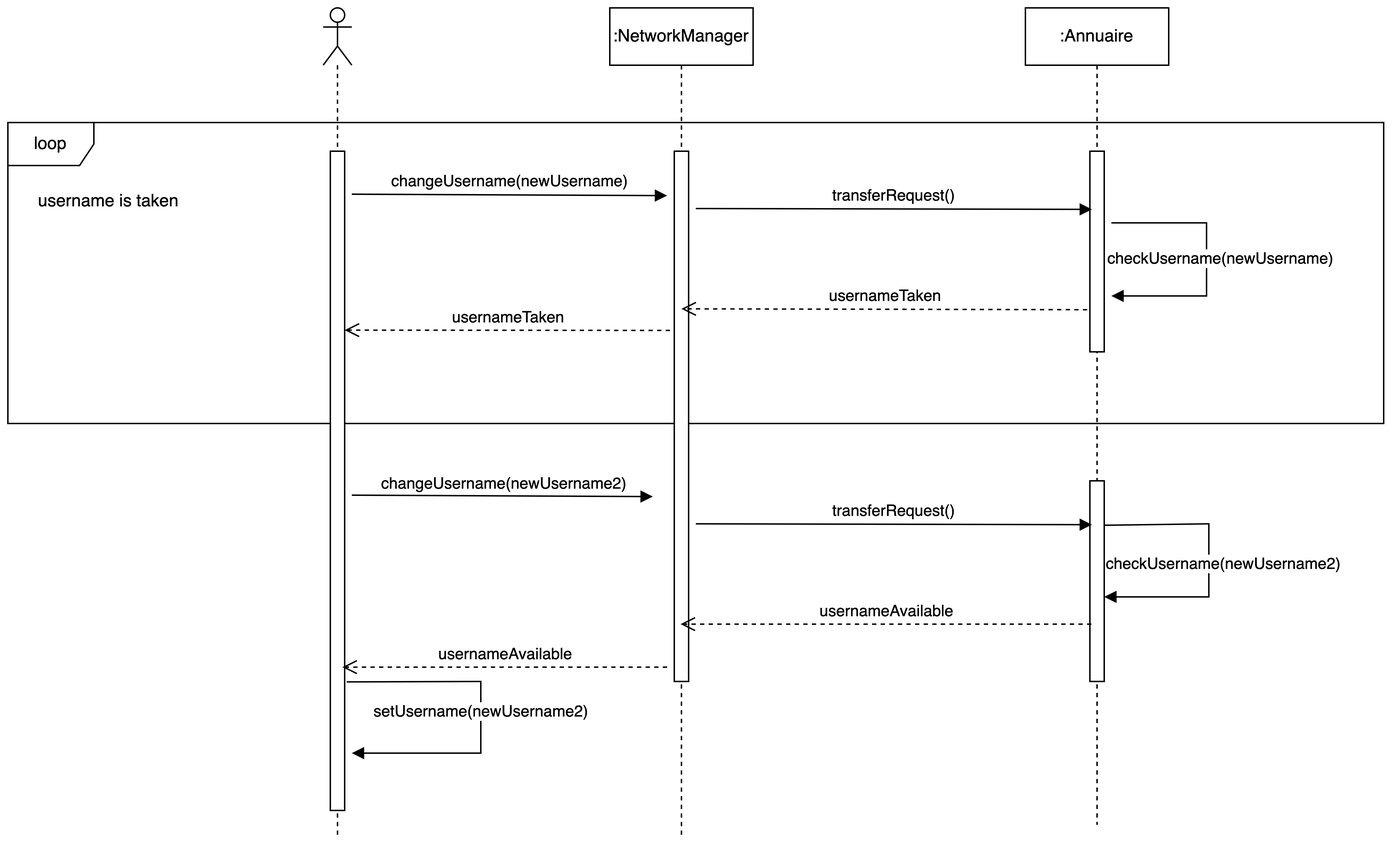
mousssse/ChatApp keeps this draw.io diagram as Conception/Sequence Diagrams/Username modification.drawio.png. Above is the earlier version. Source tidied: cells renumbered, new cells last; positions are measured from the earlier drawing's top-left corner, leaving out a move shared by most shapes. Its diagram source:
```xml
<mxGraphModel>
  <root>
    <mxCell id="0" />
    <mxCell id="1" parent="0" />
    <mxCell id="2" value="loop" style="shape=umlFrame;whiteSpace=wrap;html=1;" parent="1" vertex="1">
      <mxGeometry y="80" width="960" height="210" as="geometry" />
    </mxCell>
    <mxCell id="3" style="shape=umlLifeline;participant=umlActor;perimeter=lifelinePerimeter;whiteSpace=wrap;html=1;verticalAlign=top;spacingTop=36;" parent="1" vertex="1">
      <mxGeometry x="220" width="20" height="580" as="geometry" />
    </mxCell>
    <mxCell id="4" style="html=1;points=[];perimeter=orthogonalPerimeter;" parent="3" vertex="1">
      <mxGeometry x="5" y="100" width="10" height="460" as="geometry" />
    </mxCell>
    <mxCell id="5" value="setUsername(newUsername2)" style="html=1;verticalAlign=bottom;endArrow=block;rounded=0;exitX=1.144;exitY=0.805;exitDx=0;exitDy=0;exitPerimeter=0;" parent="3" edge="1" source="4">
      <mxGeometry x="0.06" relative="1" as="geometry">
        <mxPoint x="20" y="520" as="targetPoint" />
        <Array as="points">
          <mxPoint x="110" y="470" />
          <mxPoint x="110" y="520" />
        </Array>
      </mxGeometry>
    </mxCell>
    <mxCell id="6" value=":Annuaire" style="shape=umlLifeline;perimeter=lifelinePerimeter;whiteSpace=wrap;html=1;" parent="1" vertex="1">
      <mxGeometry x="710" width="100" height="570" as="geometry" />
    </mxCell>
    <mxCell id="7" style="html=1;points=[];perimeter=orthogonalPerimeter;" parent="6" vertex="1">
      <mxGeometry x="45" y="100" width="10" height="140" as="geometry" />
    </mxCell>
    <mxCell id="8" style="html=1;points=[];perimeter=orthogonalPerimeter;" parent="6" vertex="1">
      <mxGeometry x="45" y="330" width="10" height="140" as="geometry" />
    </mxCell>
    <mxCell id="9" value="checkUsername(newUsername2)" style="html=1;verticalAlign=bottom;endArrow=block;rounded=0;" parent="6" edge="1">
      <mxGeometry x="0.12" y="10" relative="1" as="geometry">
        <mxPoint x="55" y="361" as="sourcePoint" />
        <mxPoint x="55" y="411" as="targetPoint" />
        <Array as="points">
          <mxPoint x="128" y="360" />
          <mxPoint x="128" y="411" />
        </Array>
      </mxGeometry>
    </mxCell>
    <mxCell id="10" value="usernameTaken" style="html=1;verticalAlign=bottom;endArrow=open;dashed=1;endSize=8;rounded=0;exitX=-0.3;exitY=0.338;exitDx=0;exitDy=0;exitPerimeter=0;" parent="1" edge="1" source="16">
      <mxGeometry relative="1" as="geometry">
        <mxPoint x="235" y="224.9" as="targetPoint" />
      </mxGeometry>
    </mxCell>
    <mxCell id="11" value="changeUsername(newUsername)" style="html=1;verticalAlign=bottom;endArrow=block;rounded=0;exitX=1.5;exitY=0.864;exitDx=0;exitDy=0;exitPerimeter=0;" parent="1" edge="1">
      <mxGeometry relative="1" as="geometry">
        <mxPoint x="240" y="130" as="sourcePoint" />
        <mxPoint x="460" y="131" as="targetPoint" />
      </mxGeometry>
    </mxCell>
    <mxCell id="12" value="username is taken" style="text;html=1;align=center;verticalAlign=middle;strokeColor=none;fillColor=none;" parent="1" vertex="1">
      <mxGeometry x="10" y="120" width="120" height="30" as="geometry" />
    </mxCell>
    <mxCell id="13" value="checkUsername(newUsername)" style="html=1;verticalAlign=bottom;endArrow=block;rounded=0;" parent="1" edge="1">
      <mxGeometry x="0.09" y="10" relative="1" as="geometry">
        <mxPoint x="770" y="150" as="sourcePoint" />
        <mxPoint x="770" y="201" as="targetPoint" />
        <Array as="points">
          <mxPoint x="836.4" y="150" />
          <mxPoint x="836.4" y="201" />
        </Array>
      </mxGeometry>
    </mxCell>
    <mxCell id="14" value="changeUsername(newUsername2)" style="html=1;verticalAlign=bottom;endArrow=block;rounded=0;exitX=1.5;exitY=0.864;exitDx=0;exitDy=0;exitPerimeter=0;" parent="1" edge="1">
      <mxGeometry relative="1" as="geometry">
        <mxPoint x="240" y="340" as="sourcePoint" />
        <mxPoint x="450" y="341" as="targetPoint" />
      </mxGeometry>
    </mxCell>
    <mxCell id="15" value=":NetworkManager" style="shape=umlLifeline;perimeter=lifelinePerimeter;whiteSpace=wrap;html=1;outlineConnect=0;" parent="1" vertex="1">
      <mxGeometry x="420" width="100" height="580" as="geometry" />
    </mxCell>
    <mxCell id="16" style="html=1;points=[];perimeter=orthogonalPerimeter;" parent="15" vertex="1">
      <mxGeometry x="45" y="100" width="10" height="370" as="geometry" />
    </mxCell>
    <mxCell id="17" value="usernameAvailable" style="html=1;verticalAlign=bottom;endArrow=open;dashed=1;endSize=8;rounded=0;exitX=-0.4;exitY=0.599;exitDx=0;exitDy=0;exitPerimeter=0;" parent="1" edge="1" target="15">
      <mxGeometry relative="1" as="geometry">
        <mxPoint x="756" y="430" as="sourcePoint" />
      </mxGeometry>
    </mxCell>
    <mxCell id="18" value="transferRequest()" style="html=1;verticalAlign=bottom;endArrow=block;rounded=0;entryX=0.144;entryY=0.29;entryDx=0;entryDy=0;entryPerimeter=0;" parent="1" edge="1" target="7">
      <mxGeometry relative="1" as="geometry">
        <mxPoint x="480" y="140" as="sourcePoint" />
      </mxGeometry>
    </mxCell>
    <mxCell id="19" value="usernameTaken" style="html=1;verticalAlign=bottom;endArrow=open;dashed=1;endSize=8;rounded=0;exitX=-0.189;exitY=0.79;exitDx=0;exitDy=0;exitPerimeter=0;" parent="1" edge="1" source="7">
      <mxGeometry relative="1" as="geometry">
        <mxPoint x="470" y="210" as="targetPoint" />
      </mxGeometry>
    </mxCell>
    <mxCell id="20" value="transferRequest()" style="html=1;verticalAlign=bottom;endArrow=block;rounded=0;entryX=0.144;entryY=0.29;entryDx=0;entryDy=0;entryPerimeter=0;" parent="1" edge="1">
      <mxGeometry relative="1" as="geometry">
        <mxPoint x="480" y="360" as="sourcePoint" />
        <mxPoint x="756.4" y="360.6" as="targetPoint" />
      </mxGeometry>
    </mxCell>
    <mxCell id="21" value="usernameAvailable" style="html=1;verticalAlign=bottom;endArrow=open;dashed=1;endSize=8;rounded=0;" parent="1" edge="1">
      <mxGeometry relative="1" as="geometry">
        <mxPoint x="460" y="460" as="sourcePoint" />
        <mxPoint x="233.4" y="460" as="targetPoint" />
      </mxGeometry>
    </mxCell>
  </root>
</mxGraphModel>
```
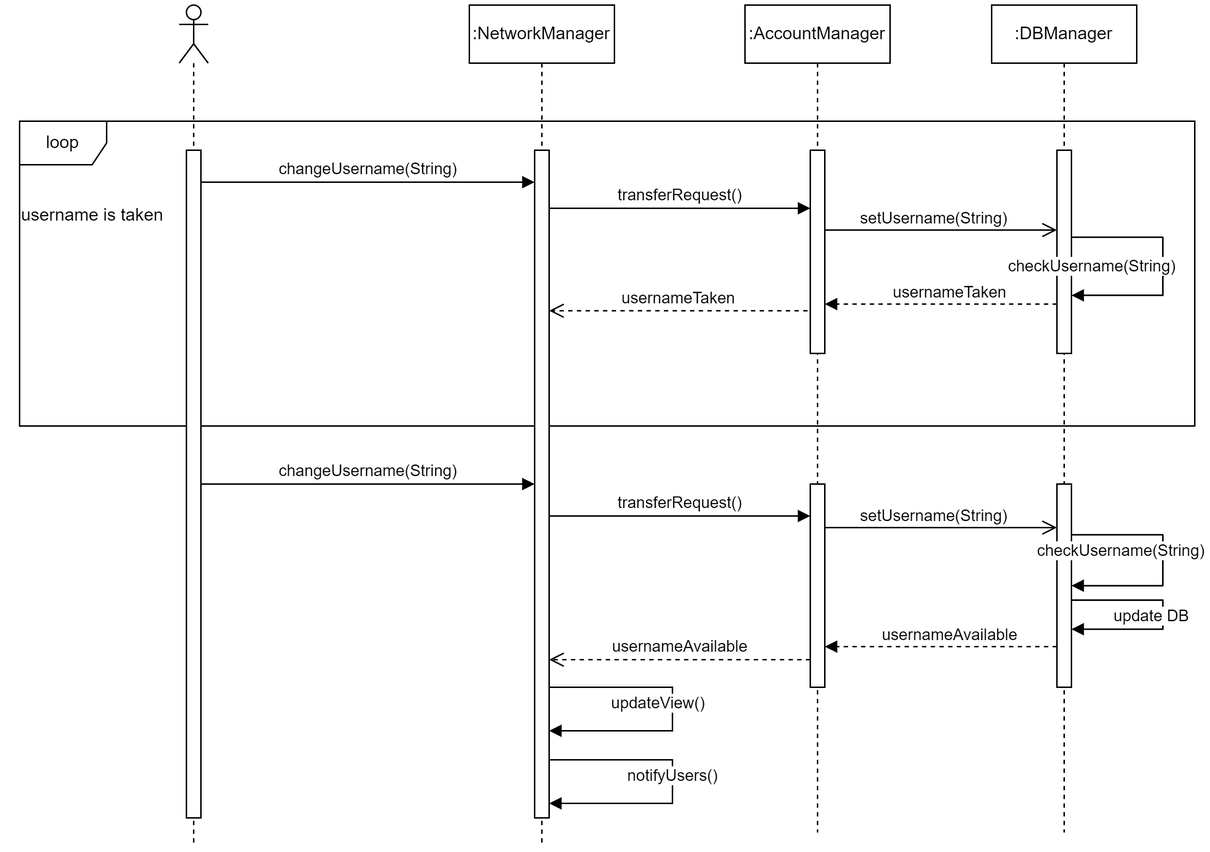
After the commit.

What changed in the source:
```diff
@@ -3,25 +3,16 @@
     <mxCell id="0" />
     <mxCell id="1" parent="0" />
     <mxCell id="2" value="loop" style="shape=umlFrame;whiteSpace=wrap;html=1;" parent="1" vertex="1">
-      <mxGeometry y="80" width="960" height="210" as="geometry" />
+      <mxGeometry x="80" y="80" width="810" height="210" as="geometry" />
     </mxCell>
     <mxCell id="3" style="shape=umlLifeline;participant=umlActor;perimeter=lifelinePerimeter;whiteSpace=wrap;html=1;verticalAlign=top;spacingTop=36;" parent="1" vertex="1">
-      <mxGeometry x="220" width="20" height="580" as="geometry" />
+      <mxGeometry x="190" width="20" height="580" as="geometry" />
     </mxCell>
     <mxCell id="4" style="html=1;points=[];perimeter=orthogonalPerimeter;" parent="3" vertex="1">
       <mxGeometry x="5" y="100" width="10" height="460" as="geometry" />
     </mxCell>
-    <mxCell id="5" value="setUsername(newUsername2)" style="html=1;verticalAlign=bottom;endArrow=block;rounded=0;exitX=1.144;exitY=0.805;exitDx=0;exitDy=0;exitPerimeter=0;" parent="3" edge="1" source="4">
-      <mxGeometry x="0.06" relative="1" as="geometry">
-        <mxPoint x="20" y="520" as="targetPoint" />
-        <Array as="points">
-          <mxPoint x="110" y="470" />
-          <mxPoint x="110" y="520" />
-        </Array>
-      </mxGeometry>
-    </mxCell>
-    <mxCell id="6" value=":Annuaire" style="shape=umlLifeline;perimeter=lifelinePerimeter;whiteSpace=wrap;html=1;" parent="1" vertex="1">
-      <mxGeometry x="710" width="100" height="570" as="geometry" />
+    <mxCell id="6" value=":AccountManager" style="shape=umlLifeline;perimeter=lifelinePerimeter;whiteSpace=wrap;html=1;" parent="1" vertex="1">
+      <mxGeometry x="580" width="100" height="570" as="geometry" />
     </mxCell>
     <mxCell id="7" style="html=1;points=[];perimeter=orthogonalPerimeter;" parent="6" vertex="1">
       <mxGeometry x="45" y="100" width="10" height="140" as="geometry" />
@@ -29,77 +20,139 @@
     <mxCell id="8" style="html=1;points=[];perimeter=orthogonalPerimeter;" parent="6" vertex="1">
       <mxGeometry x="45" y="330" width="10" height="140" as="geometry" />
     </mxCell>
-    <mxCell id="9" value="checkUsername(newUsername2)" style="html=1;verticalAlign=bottom;endArrow=block;rounded=0;" parent="6" edge="1">
-      <mxGeometry x="0.12" y="10" relative="1" as="geometry">
-        <mxPoint x="55" y="361" as="sourcePoint" />
-        <mxPoint x="55" y="411" as="targetPoint" />
-        <Array as="points">
-          <mxPoint x="128" y="360" />
-          <mxPoint x="128" y="411" />
-        </Array>
-      </mxGeometry>
-    </mxCell>
-    <mxCell id="10" value="usernameTaken" style="html=1;verticalAlign=bottom;endArrow=open;dashed=1;endSize=8;rounded=0;exitX=-0.3;exitY=0.338;exitDx=0;exitDy=0;exitPerimeter=0;" parent="1" edge="1" source="16">
-      <mxGeometry relative="1" as="geometry">
-        <mxPoint x="235" y="224.9" as="targetPoint" />
-      </mxGeometry>
-    </mxCell>
-    <mxCell id="11" value="changeUsername(newUsername)" style="html=1;verticalAlign=bottom;endArrow=block;rounded=0;exitX=1.5;exitY=0.864;exitDx=0;exitDy=0;exitPerimeter=0;" parent="1" edge="1">
+    <mxCell id="11" value="changeUsername(String)" style="html=1;verticalAlign=bottom;endArrow=block;rounded=0;" parent="1" edge="1">
       <mxGeometry relative="1" as="geometry">
-        <mxPoint x="240" y="130" as="sourcePoint" />
-        <mxPoint x="460" y="131" as="targetPoint" />
+        <mxPoint x="205" y="122" as="sourcePoint" />
+        <mxPoint x="435" y="122" as="targetPoint" />
       </mxGeometry>
     </mxCell>
     <mxCell id="12" value="username is taken" style="text;html=1;align=center;verticalAlign=middle;strokeColor=none;fillColor=none;" parent="1" vertex="1">
-      <mxGeometry x="10" y="120" width="120" height="30" as="geometry" />
+      <mxGeometry x="70" y="130" width="120" height="30" as="geometry" />
     </mxCell>
-    <mxCell id="13" value="checkUsername(newUsername)" style="html=1;verticalAlign=bottom;endArrow=block;rounded=0;" parent="1" edge="1">
-      <mxGeometry x="0.09" y="10" relative="1" as="geometry">
-        <mxPoint x="770" y="150" as="sourcePoint" />
-        <mxPoint x="770" y="201" as="targetPoint" />
-        <Array as="points">
-          <mxPoint x="836.4" y="150" />
-          <mxPoint x="836.4" y="201" />
-        </Array>
-      </mxGeometry>
-    </mxCell>
-    <mxCell id="14" value="changeUsername(newUsername2)" style="html=1;verticalAlign=bottom;endArrow=block;rounded=0;exitX=1.5;exitY=0.864;exitDx=0;exitDy=0;exitPerimeter=0;" parent="1" edge="1">
-      <mxGeometry relative="1" as="geometry">
-        <mxPoint x="240" y="340" as="sourcePoint" />
-        <mxPoint x="450" y="341" as="targetPoint" />
-      </mxGeometry>
+    <mxCell id="14" value="changeUsername(String)" style="html=1;verticalAlign=bottom;endArrow=block;rounded=0;" parent="1" edge="1" source="4" target="16">
+      <mxGeometry relative="1" as="geometry" />
     </mxCell>
     <mxCell id="15" value=":NetworkManager" style="shape=umlLifeline;perimeter=lifelinePerimeter;whiteSpace=wrap;html=1;outlineConnect=0;" parent="1" vertex="1">
-      <mxGeometry x="420" width="100" height="580" as="geometry" />
+      <mxGeometry x="390" width="100" height="580" as="geometry" />
     </mxCell>
     <mxCell id="16" style="html=1;points=[];perimeter=orthogonalPerimeter;" parent="15" vertex="1">
-      <mxGeometry x="45" y="100" width="10" height="370" as="geometry" />
+      <mxGeometry x="45" y="100" width="10" height="460" as="geometry" />
     </mxCell>
+    <mxCell id="5" value="updateView()" style="html=1;verticalAlign=bottom;endArrow=block;rounded=0;" parent="15" edge="1" source="16" target="16">
+      <mxGeometry x="0.25" y="-10" relative="1" as="geometry">
+        <Array as="points">
+          <mxPoint x="140" y="470" />
+          <mxPoint x="140" y="500" />
+          <mxPoint x="100" y="500" />
+        </Array>
+      </mxGeometry>
+    </mxCell>
+    <mxCell id="22" value="notifyUsers()" style="html=1;verticalAlign=bottom;endArrow=block;rounded=0;" parent="15" edge="1" source="16" target="16">
+      <mxGeometry x="0.06" relative="1" as="geometry">
+        <Array as="points">
+          <mxPoint x="140" y="520" />
+          <mxPoint x="140" y="550" />
+          <mxPoint x="90" y="550" />
+        </Array>
+      </mxGeometry>
+    </mxCell>
-    <mxCell id="17" value="usernameAvailable" style="html=1;verticalAlign=bottom;endArrow=open;dashed=1;endSize=8;rounded=0;exitX=-0.4;exitY=0.599;exitDx=0;exitDy=0;exitPerimeter=0;" parent="1" edge="1" target="15">
+    <mxCell id="17" value="usernameAvailable" style="html=1;verticalAlign=bottom;endArrow=open;dashed=1;endSize=8;rounded=0;" parent="1" edge="1" source="8">
       <mxGeometry relative="1" as="geometry">
-        <mxPoint x="756" y="430" as="sourcePoint" />
+        <mxPoint x="445" y="451" as="targetPoint" />
       </mxGeometry>
     </mxCell>
-    <mxCell id="18" value="transferRequest()" style="html=1;verticalAlign=bottom;endArrow=block;rounded=0;entryX=0.144;entryY=0.29;entryDx=0;entryDy=0;entryPerimeter=0;" parent="1" edge="1" target="7">
+    <mxCell id="18" value="transferRequest()" style="html=1;verticalAlign=bottom;endArrow=block;rounded=0;" parent="1" edge="1" target="7">
       <mxGeometry relative="1" as="geometry">
-        <mxPoint x="480" y="140" as="sourcePoint" />
+        <mxPoint x="445" y="140" as="sourcePoint" />
       </mxGeometry>
     </mxCell>
-    <mxCell id="19" value="usernameTaken" style="html=1;verticalAlign=bottom;endArrow=open;dashed=1;endSize=8;rounded=0;exitX=-0.189;exitY=0.79;exitDx=0;exitDy=0;exitPerimeter=0;" parent="1" edge="1" source="7">
-      <mxGeometry relative="1" as="geometry">
-        <mxPoint x="470" y="210" as="targetPoint" />
-      </mxGeometry>
+    <mxCell id="19" value="usernameTaken" style="html=1;verticalAlign=bottom;endArrow=open;dashed=1;endSize=8;rounded=0;exitX=-0.189;exitY=0.79;exitDx=0;exitDy=0;exitPerimeter=0;" parent="1" edge="1" source="7" target="16">
+      <mxGeometry relative="1" as="geometry" />
     </mxCell>
-    <mxCell id="20" value="transferRequest()" style="html=1;verticalAlign=bottom;endArrow=block;rounded=0;entryX=0.144;entryY=0.29;entryDx=0;entryDy=0;entryPerimeter=0;" parent="1" edge="1">
+    <mxCell id="20" value="transferRequest()" style="html=1;verticalAlign=bottom;endArrow=block;rounded=0;" parent="1" edge="1" target="8">
       <mxGeometry relative="1" as="geometry">
-        <mxPoint x="480" y="360" as="sourcePoint" />
-        <mxPoint x="756.4" y="360.6" as="targetPoint" />
+        <mxPoint x="445" y="352" as="sourcePoint" />
       </mxGeometry>
     </mxCell>
+    <mxCell id="23" value=":DBManager" style="shape=umlLifeline;perimeter=lifelinePerimeter;whiteSpace=wrap;html=1;" parent="1" vertex="1">
+      <mxGeometry x="750" width="100" height="570" as="geometry" />
+    </mxCell>
+    <mxCell id="24" style="html=1;points=[];perimeter=orthogonalPerimeter;" parent="23" vertex="1">
+      <mxGeometry x="45" y="100" width="10" height="140" as="geometry" />
+    </mxCell>
+    <mxCell id="25" style="html=1;points=[];perimeter=orthogonalPerimeter;" parent="23" vertex="1">
+      <mxGeometry x="45" y="330" width="10" height="140" as="geometry" />
+    </mxCell>
+    <mxCell id="26" value="checkUsername(String)" style="html=1;verticalAlign=bottom;endArrow=block;rounded=0;" parent="23" edge="1" source="24" target="24">
+      <mxGeometry x="0.83" y="-11" relative="1" as="geometry">
+        <Array as="points">
+          <mxPoint x="118" y="160" />
+          <mxPoint x="118" y="200" />
+          <mxPoint x="90" y="200" />
+        </Array>
+      </mxGeometry>
+    </mxCell>
+    <mxCell id="27" value="checkUsername(String)" style="html=1;verticalAlign=bottom;endArrow=block;rounded=0;" parent="23" edge="1" target="25">
+      <mxGeometry x="0.58" y="-15" relative="1" as="geometry">
+        <mxPoint x="55" y="365" as="sourcePoint" />
+        <Array as="points">
+          <mxPoint x="118" y="365" />
+          <mxPoint x="118" y="400" />
+          <mxPoint x="90" y="400" />
+        </Array>
+      </mxGeometry>
+    </mxCell>
+    <mxCell id="28" value="update DB" style="html=1;verticalAlign=bottom;endArrow=block;rounded=0;" parent="23" edge="1" source="25" target="25">
+      <mxGeometry x="0.25" relative="1" as="geometry">
+        <Array as="points">
+          <mxPoint x="118" y="410" />
+          <mxPoint x="118" y="430" />
+          <mxPoint x="90" y="430" />
+        </Array>
+      </mxGeometry>
+    </mxCell>
+    <mxCell id="29" style="endArrow=open;startArrow=none;endFill=0;startFill=0;endSize=8;html=1;verticalAlign=bottom;labelBackgroundColor=none;strokeWidth=1;rounded=0;" parent="1" edge="1">
+      <mxGeometry relative="1" as="geometry">
+        <mxPoint x="635" y="155" as="sourcePoint" />
+        <mxPoint x="795" y="155" as="targetPoint" />
+      </mxGeometry>
+    </mxCell>
+    <mxCell id="30" value="setUsername(String)" style="edgeLabel;html=1;align=center;verticalAlign=middle;" parent="29" vertex="1">
+      <mxGeometry x="-0.1" y="1" relative="1" as="geometry">
+        <mxPoint x="3" y="-7" as="offset" />
+      </mxGeometry>
+    </mxCell>
+    <mxCell id="31" style="html=1;verticalAlign=bottom;labelBackgroundColor=none;endArrow=block;endFill=1;dashed=1;rounded=0;" parent="1" edge="1">
+      <mxGeometry relative="1" as="geometry">
+        <mxPoint x="795" y="206" as="sourcePoint" />
+        <mxPoint x="635" y="206" as="targetPoint" />
+      </mxGeometry>
+    </mxCell>
+    <mxCell id="10" value="usernameTaken" style="edgeLabel;html=1;align=center;verticalAlign=middle;" parent="31" vertex="1">
+      <mxGeometry x="-0.29" y="4" relative="1" as="geometry">
+        <mxPoint x="-18" y="-12" as="offset" />
+      </mxGeometry>
+    </mxCell>
+    <mxCell id="32" style="endArrow=open;startArrow=none;endFill=0;startFill=0;endSize=8;html=1;verticalAlign=bottom;labelBackgroundColor=none;strokeWidth=1;rounded=0;" parent="1" edge="1">
+      <mxGeometry relative="1" as="geometry">
+        <mxPoint x="635" y="360" as="sourcePoint" />
+        <mxPoint x="795" y="360" as="targetPoint" />
+      </mxGeometry>
+    </mxCell>
+    <mxCell id="33" value="setUsername(String)" style="edgeLabel;html=1;align=center;verticalAlign=middle;" parent="32" vertex="1">
+      <mxGeometry x="-0.1" y="1" relative="1" as="geometry">
+        <mxPoint x="3" y="-7" as="offset" />
+      </mxGeometry>
+    </mxCell>
+    <mxCell id="34" style="html=1;verticalAlign=bottom;labelBackgroundColor=none;endArrow=block;endFill=1;dashed=1;rounded=0;" parent="1" edge="1">
+      <mxGeometry relative="1" as="geometry">
+        <mxPoint x="795" y="442" as="sourcePoint" />
+        <mxPoint x="635" y="442" as="targetPoint" />
+      </mxGeometry>
+    </mxCell>
-    <mxCell id="21" value="usernameAvailable" style="html=1;verticalAlign=bottom;endArrow=open;dashed=1;endSize=8;rounded=0;" parent="1" edge="1">
-      <mxGeometry relative="1" as="geometry">
-        <mxPoint x="460" y="460" as="sourcePoint" />
-        <mxPoint x="233.4" y="460" as="targetPoint" />
+    <mxCell id="21" value="usernameAvailable" style="edgeLabel;html=1;align=center;verticalAlign=middle;" parent="34" vertex="1">
+      <mxGeometry x="-0.29" y="4" relative="1" as="geometry">
+        <mxPoint x="-18" y="-12" as="offset" />
       </mxGeometry>
     </mxCell>
   </root>
```
